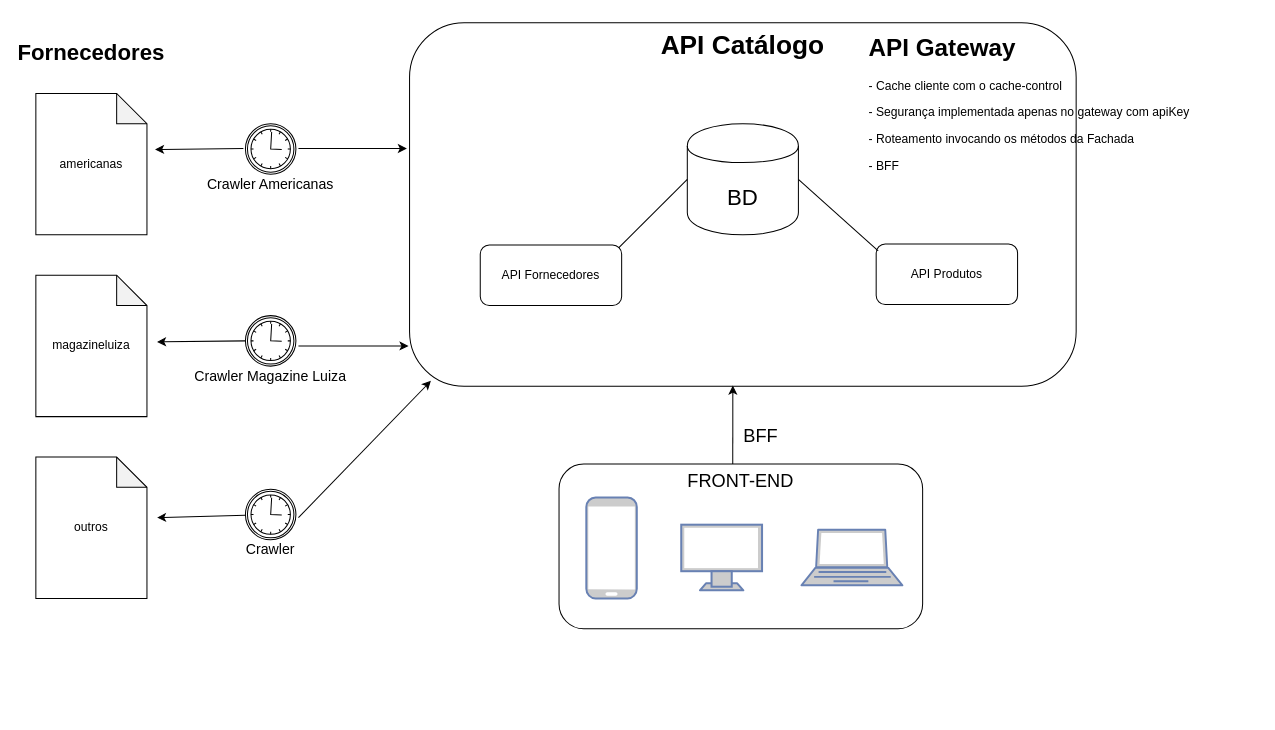
caiosduarte/aws-montagem-exibicao-catalogo keeps this draw.io diagram as page "API Catálogo" (2 of 3) of doc/Untitled Diagram.drawio. Above is the earlier version. Source tidied: cells renumbered, new cells numbered last; positions are measured from the earlier drawing's top-left corner, leaving out a move shared by most shapes. Both pictures are drawn from the tidied source at 101%, with x=0, y=0 at pixel (35, 22).
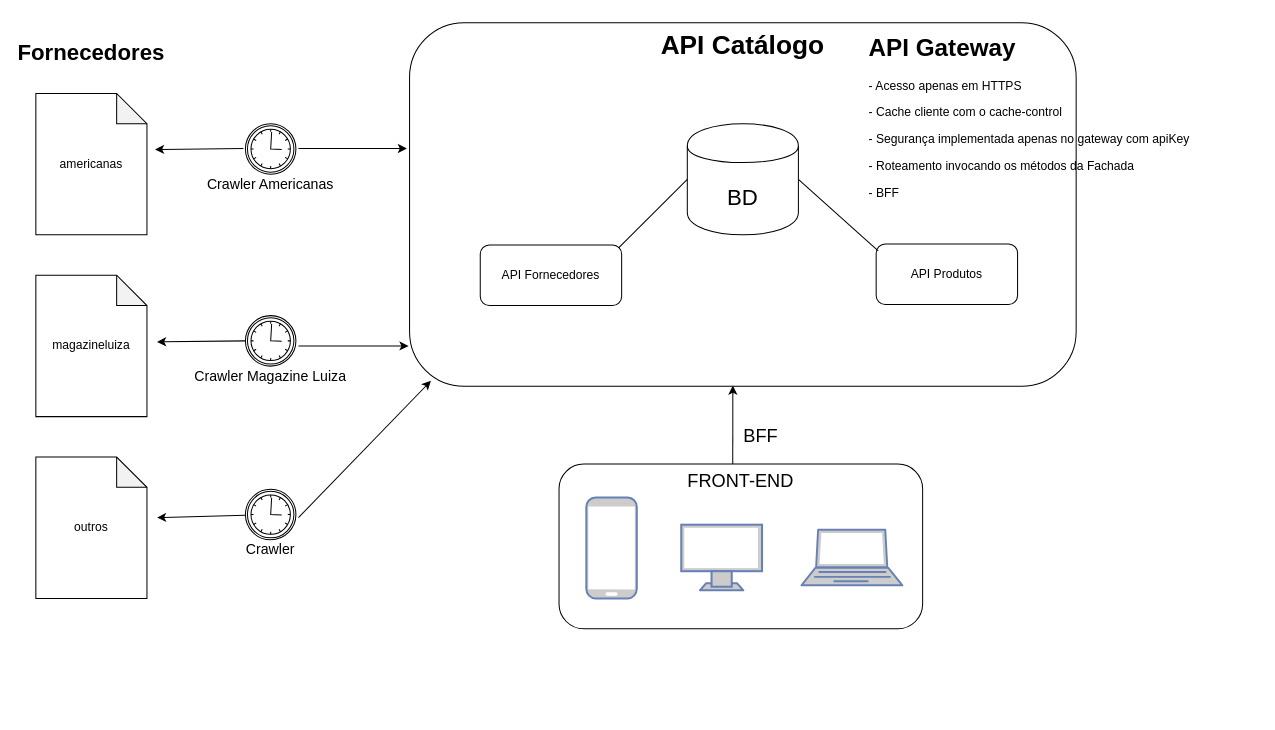
Above is the later version.

Commit message:
acesso do gateway apenas via https.drawio

The edit, as a diff of the source:
```diff
@@
-    <mxCell id="43" value="&lt;h1&gt;API Gateway&lt;/h1&gt;&lt;p&gt;- Cache cliente com o cache-control&lt;/p&gt;&lt;p&gt;&lt;span&gt;- Segurança implementada apenas no gateway com apiKey&lt;/span&gt;&lt;/p&gt;&lt;p&gt;- Roteamento invocando os métodos da Fachada&lt;/p&gt;&lt;p&gt;- BFF&lt;/p&gt;" style="text;html=1;strokeColor=none;fillColor=none;spacing=5;spacingTop=-20;whiteSpace=wrap;overflow=hidden;rounded=0;" parent="1" vertex="1">
-      <mxGeometry x="820" y="5" width="390" height="150" as="geometry" />
+    <mxCell id="43" value="&lt;h1&gt;API Gateway&lt;/h1&gt;&lt;p&gt;- Acesso apenas em HTTPS&lt;/p&gt;&lt;p&gt;- Cache cliente com o cache-control&lt;/p&gt;&lt;p&gt;&lt;span&gt;- Segurança implementada apenas no gateway com apiKey&lt;/span&gt;&lt;/p&gt;&lt;p&gt;- Roteamento invocando os métodos da Fachada&lt;/p&gt;&lt;p&gt;- BFF&lt;/p&gt;&lt;p&gt;&lt;br&gt;&lt;/p&gt;" style="text;html=1;strokeColor=none;fillColor=none;spacing=5;spacingTop=-20;whiteSpace=wrap;overflow=hidden;rounded=0;" parent="1" vertex="1">
+      <mxGeometry x="820" y="5" width="390" height="175" as="geometry" />
     </mxCell>
```
